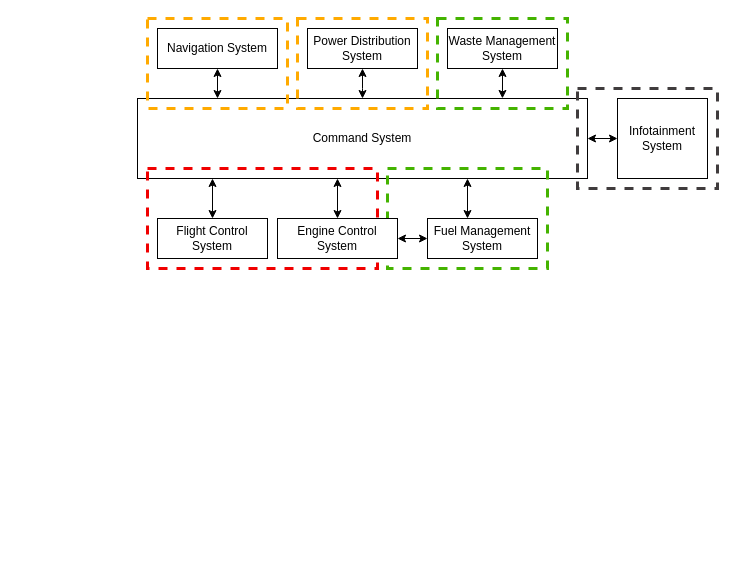
Above: src/tsn_example.drawio in Laura7089/hint-assessment1 (draw.io), before the change. Source tidied: cells renumbered, new cells numbered last; positions are measured from the earlier drawing's top-left corner, leaving out a move shared by most shapes. Both pictures are drawn from the tidied source at 100%, with x=0, y=0 at pixel (137, 18).
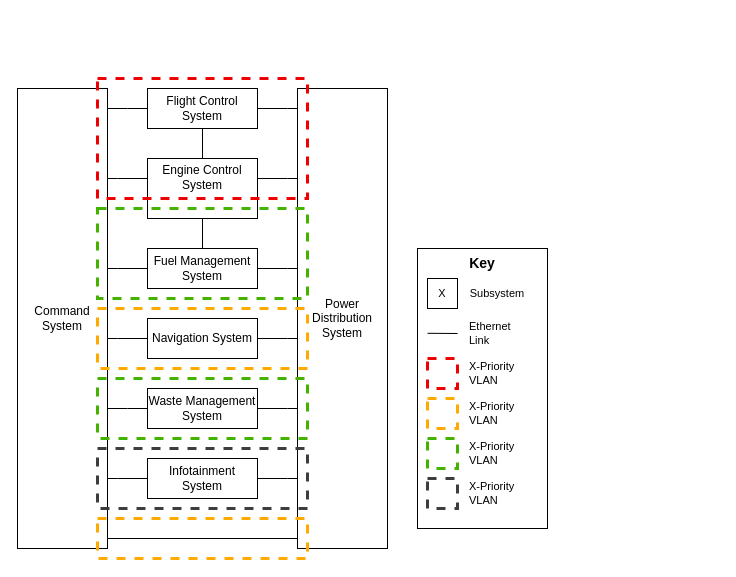
The same page after the edit.

Commit message (it also covers changes not shown here):
feat: add routing diagram and associated text

What changed in the source:
```diff
@@
-    <mxCell id="2" style="edgeStyle=orthogonalEdgeStyle;rounded=0;jettySize=auto;html=1;exitX=0.811;exitY=-0.001;exitDx=0;exitDy=0;startArrow=classic;startFill=1;exitPerimeter=0;" parent="1" edge="1" source="4" target="13">
-      <mxGeometry relative="1" as="geometry" />
-    </mxCell>
-    <mxCell id="3" style="edgeStyle=orthogonalEdgeStyle;rounded=0;jettySize=auto;html=1;startArrow=classic;startFill=1;" parent="1" edge="1" source="4" target="14">
-      <mxGeometry relative="1" as="geometry" />
-    </mxCell>
+    <mxCell id="24" style="group;" parent="1" vertex="1">
+      <mxGeometry x="10" y="140" width="110" height="60" as="geometry" />
+    </mxCell>
+    <mxCell id="10" style="rounded=0;whiteSpace=wrap;html=1;" parent="24" vertex="1">
+      <mxGeometry width="110" height="60" as="geometry" />
+    </mxCell>
+    <mxCell id="25" value="Engine Control System" style="text;strokeColor=none;align=center;fillColor=none;html=1;verticalAlign=middle;whiteSpace=wrap;rounded=0;" parent="24" vertex="1">
+      <mxGeometry x="10" y="4" width="90" height="30" as="geometry" />
+    </mxCell>
     <mxCell id="4" value="Command System" style="whiteSpace=wrap;html=1;" parent="1" vertex="1">
-      <mxGeometry y="80" width="450" height="80" as="geometry" />
+      <mxGeometry x="-120" y="70" width="90" height="460" as="geometry" />
     </mxCell>
-    <mxCell id="5" style="rounded=0;whiteSpace=wrap;html=1;fillColor=none;fontColor=#ffffff;strokeColor=#FFAA00;dashed=1;strokeWidth=3;" parent="1" vertex="1">
-      <mxGeometry x="10" width="140" height="90" as="geometry" />
-    </mxCell>
-    <mxCell id="6" style="rounded=0;whiteSpace=wrap;html=1;fillColor=none;fontColor=#ffffff;strokeColor=#FFAA00;dashed=1;strokeWidth=3;" parent="1" vertex="1">
-      <mxGeometry x="160" width="130" height="90" as="geometry" />
-    </mxCell>
-    <mxCell id="7" style="rounded=0;whiteSpace=wrap;html=1;fillColor=none;fontColor=#ffffff;strokeColor=#44B300;dashed=1;strokeWidth=3;" parent="1" vertex="1">
-      <mxGeometry x="250" y="150" width="160" height="100" as="geometry" />
-    </mxCell>
-    <mxCell id="8" style="rounded=0;whiteSpace=wrap;html=1;fillColor=none;fontColor=#ffffff;strokeColor=#F00000;dashed=1;strokeWidth=3;" parent="1" vertex="1">
-      <mxGeometry x="10" y="150" width="230" height="100" as="geometry" />
-    </mxCell>
+    <mxCell id="26" style="edgeStyle=orthogonalEdgeStyle;rounded=0;jettySize=auto;html=1;startArrow=none;startFill=0;endArrow=none;endFill=0;" parent="1" edge="1" source="9" target="10">
+      <mxGeometry relative="1" as="geometry" />
+    </mxCell>
+    <mxCell id="27" style="edgeStyle=orthogonalEdgeStyle;rounded=0;jettySize=auto;html=1;startArrow=none;startFill=0;endArrow=none;endFill=0;" parent="1" edge="1" source="9" target="4">
+      <mxGeometry relative="1" as="geometry">
+        <Array as="points">
+          <mxPoint x="-10" y="90" />
+          <mxPoint x="-10" y="90" />
+        </Array>
+      </mxGeometry>
+    </mxCell>
+    <mxCell id="28" style="edgeStyle=orthogonalEdgeStyle;rounded=0;jettySize=auto;html=1;startArrow=none;startFill=0;endArrow=none;endFill=0;" parent="1" edge="1" source="9" target="12">
+      <mxGeometry relative="1" as="geometry">
+        <Array as="points">
+          <mxPoint x="150" y="90" />
+          <mxPoint x="150" y="90" />
+        </Array>
+      </mxGeometry>
+    </mxCell>
     <mxCell id="9" value="Flight Control System" style="rounded=0;whiteSpace=wrap;html=1;" parent="1" vertex="1">
-      <mxGeometry x="20" y="200" width="110" height="40" as="geometry" />
+      <mxGeometry x="10" y="70" width="110" height="40" as="geometry" />
     </mxCell>
-    <mxCell id="10" value="Engine Control System" style="rounded=0;whiteSpace=wrap;html=1;" parent="1" vertex="1">
-      <mxGeometry x="140" y="200" width="120" height="40" as="geometry" />
-    </mxCell>
+    <mxCell id="29" style="edgeStyle=orthogonalEdgeStyle;rounded=0;jettySize=auto;html=1;startArrow=none;startFill=0;endArrow=none;endFill=0;" parent="1" edge="1" source="10">
+      <mxGeometry relative="1" as="geometry">
+        <mxPoint x="-30" y="160" as="targetPoint" />
+        <Array as="points">
+          <mxPoint x="-20" y="160" />
+          <mxPoint x="-20" y="160" />
+        </Array>
+      </mxGeometry>
+    </mxCell>
+    <mxCell id="30" style="edgeStyle=orthogonalEdgeStyle;rounded=0;jettySize=auto;html=1;startArrow=none;startFill=0;endArrow=none;endFill=0;" parent="1" edge="1" source="10">
+      <mxGeometry relative="1" as="geometry">
+        <mxPoint x="160" y="160" as="targetPoint" />
+        <Array as="points">
+          <mxPoint x="150" y="160" />
+          <mxPoint x="150" y="160" />
+        </Array>
+      </mxGeometry>
+    </mxCell>
+    <mxCell id="31" style="edgeStyle=orthogonalEdgeStyle;rounded=0;jettySize=auto;html=1;startArrow=none;startFill=0;endArrow=none;endFill=0;" parent="1" edge="1" source="11">
+      <mxGeometry relative="1" as="geometry">
+        <mxPoint x="-30" y="320" as="targetPoint" />
+        <Array as="points">
+          <mxPoint x="-20" y="320" />
+          <mxPoint x="-20" y="320" />
+        </Array>
+      </mxGeometry>
+    </mxCell>
+    <mxCell id="32" style="edgeStyle=orthogonalEdgeStyle;rounded=0;jettySize=auto;html=1;startArrow=none;startFill=0;endArrow=none;endFill=0;" parent="1" edge="1" source="11">
+      <mxGeometry relative="1" as="geometry">
+        <mxPoint x="160" y="320" as="targetPoint" />
+        <Array as="points">
+          <mxPoint x="150" y="320" />
+          <mxPoint x="150" y="320" />
+        </Array>
+      </mxGeometry>
+    </mxCell>
     <mxCell id="11" value="Navigation System" style="rounded=0;whiteSpace=wrap;html=1;" parent="1" vertex="1">
-      <mxGeometry x="20" y="10" width="120" height="40" as="geometry" />
+      <mxGeometry x="10" y="300" width="110" height="40" as="geometry" />
     </mxCell>
     <mxCell id="12" value="Power Distribution System" style="rounded=0;whiteSpace=wrap;html=1;" parent="1" vertex="1">
-      <mxGeometry x="170" y="10" width="110" height="40" as="geometry" />
+      <mxGeometry x="160" y="70" width="90" height="460" as="geometry" />
     </mxCell>
+    <mxCell id="33" style="edgeStyle=orthogonalEdgeStyle;rounded=0;jettySize=auto;html=1;startArrow=none;startFill=0;endArrow=none;endFill=0;" parent="1" edge="1" source="13" target="4">
+      <mxGeometry relative="1" as="geometry">
+        <Array as="points">
+          <mxPoint x="-10" y="390" />
+          <mxPoint x="-10" y="390" />
+        </Array>
+      </mxGeometry>
+    </mxCell>
+    <mxCell id="34" style="edgeStyle=orthogonalEdgeStyle;rounded=0;jettySize=auto;html=1;startArrow=none;startFill=0;endArrow=none;endFill=0;" parent="1" edge="1" source="13" target="12">
+      <mxGeometry relative="1" as="geometry">
+        <Array as="points">
+          <mxPoint x="150" y="390" />
+          <mxPoint x="150" y="390" />
+        </Array>
+      </mxGeometry>
+    </mxCell>
     <mxCell id="13" value="Waste Management System" style="rounded=0;whiteSpace=wrap;html=1;" parent="1" vertex="1">
-      <mxGeometry x="310" y="10" width="110" height="40" as="geometry" />
+      <mxGeometry x="10" y="370" width="110" height="40" as="geometry" />
     </mxCell>
+    <mxCell id="35" style="edgeStyle=orthogonalEdgeStyle;rounded=0;jettySize=auto;html=1;startArrow=none;startFill=0;endArrow=none;endFill=0;" parent="1" edge="1" source="14" target="4">
+      <mxGeometry relative="1" as="geometry">
+        <Array as="points">
+          <mxPoint x="-20" y="460" />
+          <mxPoint x="-20" y="460" />
+        </Array>
+      </mxGeometry>
+    </mxCell>
+    <mxCell id="36" style="edgeStyle=orthogonalEdgeStyle;rounded=0;jettySize=auto;html=1;startArrow=none;startFill=0;endArrow=none;endFill=0;" parent="1" edge="1" source="14" target="12">
+      <mxGeometry relative="1" as="geometry">
+        <Array as="points">
+          <mxPoint x="150" y="460" />
+          <mxPoint x="150" y="460" />
+        </Array>
+      </mxGeometry>
+    </mxCell>
     <mxCell id="14" value="Infotainment System" style="rounded=0;whiteSpace=wrap;html=1;" parent="1" vertex="1">
-      <mxGeometry x="480" y="80" width="90" height="80" as="geometry" />
+      <mxGeometry x="10" y="440" width="110" height="40" as="geometry" />
     </mxCell>
+    <mxCell id="37" style="edgeStyle=orthogonalEdgeStyle;rounded=0;jettySize=auto;html=1;startArrow=none;startFill=0;endArrow=none;endFill=0;" parent="1" edge="1" source="15">
+      <mxGeometry relative="1" as="geometry">
+        <mxPoint x="160" y="250" as="targetPoint" />
+        <Array as="points">
+          <mxPoint x="150" y="250" />
+          <mxPoint x="150" y="250" />
+        </Array>
+      </mxGeometry>
+    </mxCell>
+    <mxCell id="38" style="edgeStyle=orthogonalEdgeStyle;rounded=0;jettySize=auto;html=1;startArrow=none;startFill=0;endArrow=none;endFill=0;" parent="1" edge="1" source="15">
+      <mxGeometry relative="1" as="geometry">
+        <mxPoint x="-30" y="250" as="targetPoint" />
+        <Array as="points">
+          <mxPoint x="-20" y="250" />
+          <mxPoint x="-20" y="250" />
+        </Array>
+      </mxGeometry>
+    </mxCell>
+    <mxCell id="39" style="edgeStyle=orthogonalEdgeStyle;rounded=0;jettySize=auto;html=1;startArrow=none;startFill=0;endArrow=none;endFill=0;" parent="1" edge="1" source="15" target="10">
+      <mxGeometry relative="1" as="geometry" />
+    </mxCell>
     <mxCell id="15" value="Fuel Management System" style="rounded=0;whiteSpace=wrap;html=1;" parent="1" vertex="1">
-      <mxGeometry x="290" y="200" width="110" height="40" as="geometry" />
+      <mxGeometry x="10" y="230" width="110" height="40" as="geometry" />
     </mxCell>
-    <mxCell id="16" style="edgeStyle=orthogonalEdgeStyle;rounded=0;jettySize=auto;html=1;entryX=0.5;entryY=0;entryDx=0;entryDy=0;startArrow=classic;startFill=1;" parent="1" edge="1" target="9">
-      <mxGeometry relative="1" as="geometry">
-        <mxPoint x="75" y="160" as="sourcePoint" />
-        <Array as="points">
-          <mxPoint x="75" y="160" />
-        </Array>
-      </mxGeometry>
-    </mxCell>
-    <mxCell id="17" style="edgeStyle=orthogonalEdgeStyle;rounded=0;orthogonalLoop=1;jettySize=auto;html=1;startArrow=classic;startFill=1;" parent="1" edge="1">
-      <mxGeometry relative="1" as="geometry">
-        <mxPoint x="200" y="160" as="sourcePoint" />
-        <mxPoint x="200" y="200" as="targetPoint" />
-        <Array as="points">
-          <mxPoint x="200" y="160" />
-        </Array>
-      </mxGeometry>
-    </mxCell>
-    <mxCell id="18" style="edgeStyle=orthogonalEdgeStyle;rounded=0;jettySize=auto;html=1;startArrow=classic;startFill=1;" parent="1" edge="1" target="15">
-      <mxGeometry relative="1" as="geometry">
-        <mxPoint x="330" y="160" as="sourcePoint" />
-        <Array as="points">
-          <mxPoint x="330" y="160" />
-        </Array>
-      </mxGeometry>
-    </mxCell>
-    <mxCell id="19" style="endArrow=classic;startArrow=classic;html=1;rounded=0;entryX=0;entryY=0.5;entryDx=0;entryDy=0;exitX=1;exitY=0.5;exitDx=0;exitDy=0;" parent="1" edge="1" source="10" target="15">
-      <mxGeometry relative="1" as="geometry" />
-    </mxCell>
-    <mxCell id="20" style="edgeStyle=orthogonalEdgeStyle;rounded=0;jettySize=auto;html=1;entryX=0.5;entryY=1;entryDx=0;entryDy=0;startArrow=classic;startFill=1;" parent="1" edge="1" target="11">
-      <mxGeometry relative="1" as="geometry">
-        <mxPoint x="80" y="80" as="sourcePoint" />
-        <Array as="points">
-          <mxPoint x="80" y="80" />
-        </Array>
-      </mxGeometry>
-    </mxCell>
-    <mxCell id="21" style="edgeStyle=orthogonalEdgeStyle;rounded=0;jettySize=auto;html=1;startArrow=classic;startFill=1;" parent="1" edge="1" source="4" target="12">
-      <mxGeometry relative="1" as="geometry">
-        <Array as="points">
-          <mxPoint x="225" y="70" />
-          <mxPoint x="225" y="70" />
-        </Array>
-      </mxGeometry>
-    </mxCell>
     <mxCell id="22" style="rounded=0;whiteSpace=wrap;html=1;fillColor=none;fontColor=#ffffff;strokeColor=#44B300;dashed=1;strokeWidth=3;" parent="1" vertex="1">
-      <mxGeometry x="300" width="130" height="90" as="geometry" />
+      <mxGeometry x="-40" y="190" width="210" height="90" as="geometry" />
     </mxCell>
     <mxCell id="23" style="rounded=0;whiteSpace=wrap;html=1;fillColor=none;fontColor=#ffffff;strokeColor=#403C3D;dashed=1;strokeWidth=3;" parent="1" vertex="1">
-      <mxGeometry x="440" y="70" width="140" height="100" as="geometry" />
+      <mxGeometry x="-40" y="430" width="210" height="60" as="geometry" />
     </mxCell>
+    <mxCell id="8" style="rounded=0;whiteSpace=wrap;html=1;fillColor=none;fontColor=#ffffff;strokeColor=#F00000;dashed=1;strokeWidth=3;" parent="1" vertex="1">
+      <mxGeometry x="-40" y="60" width="210" height="120" as="geometry" />
+    </mxCell>
+    <mxCell id="5" style="rounded=0;whiteSpace=wrap;html=1;fillColor=none;fontColor=#ffffff;strokeColor=#FFAA00;dashed=1;strokeWidth=3;" parent="1" vertex="1">
+      <mxGeometry x="-40" y="290" width="210" height="60" as="geometry" />
+    </mxCell>
+    <mxCell id="7" style="rounded=0;whiteSpace=wrap;html=1;fillColor=none;fontColor=#ffffff;strokeColor=#44B300;dashed=1;strokeWidth=3;" parent="1" vertex="1">
+      <mxGeometry x="-40" y="360" width="210" height="60" as="geometry" />
+    </mxCell>
+    <mxCell id="40" style="endArrow=none;startArrow=none;html=1;rounded=0;startFill=0;endFill=0;" parent="1" edge="1">
+      <mxGeometry relative="1" as="geometry">
+        <mxPoint x="-30" y="520" as="sourcePoint" />
+        <mxPoint x="160" y="520" as="targetPoint" />
+      </mxGeometry>
+    </mxCell>
+    <mxCell id="6" style="rounded=0;whiteSpace=wrap;html=1;fillColor=none;fontColor=#ffffff;strokeColor=#FFAA00;dashed=1;strokeWidth=3;" parent="1" vertex="1">
+      <mxGeometry x="-40" y="500" width="210" height="40" as="geometry" />
+    </mxCell>
+    <mxCell id="41" style="group;" parent="1" vertex="1">
+      <mxGeometry x="280" y="230" width="130" height="280" as="geometry" />
+    </mxCell>
+    <mxCell id="42" style="whiteSpace=wrap;html=1;fontFamily=Helvetica;fontSize=11;fontColor=default;" parent="41" vertex="1">
+      <mxGeometry width="130" height="280" as="geometry" />
+    </mxCell>
+    <mxCell id="43" value="&lt;b&gt;&lt;font style=&quot;font-size: 14px;&quot;&gt;Key&lt;/font&gt;&lt;/b&gt;" style="text;strokeColor=none;align=center;fillColor=none;html=1;verticalAlign=middle;whiteSpace=wrap;rounded=0;fontSize=11;fontFamily=Helvetica;fontColor=default;" parent="41" vertex="1">
+      <mxGeometry x="35" width="60" height="30" as="geometry" />
+    </mxCell>
+    <mxCell id="44" style="group;" parent="41" vertex="1">
+      <mxGeometry x="10" y="30" width="100" height="30" as="geometry" />
+    </mxCell>
+    <mxCell id="45" value="X" style="whiteSpace=wrap;html=1;fontFamily=Helvetica;fontSize=11;fontColor=default;" parent="44" vertex="1">
+      <mxGeometry width="30" height="30" as="geometry" />
+    </mxCell>
+    <mxCell id="46" value="Subsystem" style="text;strokeColor=none;align=center;fillColor=none;html=1;verticalAlign=middle;whiteSpace=wrap;rounded=0;fontSize=11;fontFamily=Helvetica;fontColor=default;" parent="44" vertex="1">
+      <mxGeometry x="40" width="60" height="30" as="geometry" />
+    </mxCell>
+    <mxCell id="47" style="group;" parent="41" vertex="1">
+      <mxGeometry x="10" y="70" width="100" height="30" as="geometry" />
+    </mxCell>
+    <mxCell id="48" style="group;" parent="47" vertex="1">
+      <mxGeometry width="100" height="30" as="geometry" />
+    </mxCell>
+    <mxCell id="49" value="Ethernet Link" style="text;strokeColor=none;align=left;fillColor=none;html=1;verticalAlign=middle;whiteSpace=wrap;rounded=0;fontSize=11;fontFamily=Helvetica;fontColor=default;" parent="48" vertex="1">
+      <mxGeometry x="40" width="60" height="30" as="geometry" />
+    </mxCell>
+    <mxCell id="50" style="endArrow=none;startArrow=none;html=1;rounded=0;startFill=0;endFill=0;" parent="47" edge="1">
+      <mxGeometry relative="1" as="geometry">
+        <mxPoint y="14.8" as="sourcePoint" />
+        <mxPoint x="30" y="15" as="targetPoint" />
+      </mxGeometry>
+    </mxCell>
+    <mxCell id="51" style="rounded=0;whiteSpace=wrap;html=1;fillColor=none;fontColor=#ffffff;strokeColor=#44B300;dashed=1;strokeWidth=3;" parent="41" vertex="1">
+      <mxGeometry x="10" y="190" width="30" height="30" as="geometry" />
+    </mxCell>
+    <mxCell id="52" style="rounded=0;whiteSpace=wrap;html=1;fillColor=none;fontColor=#ffffff;strokeColor=#FFAA00;dashed=1;strokeWidth=3;" parent="41" vertex="1">
+      <mxGeometry x="10" y="150" width="30" height="30" as="geometry" />
+    </mxCell>
+    <mxCell id="53" style="rounded=0;whiteSpace=wrap;html=1;fillColor=none;fontColor=#ffffff;strokeColor=#F00000;dashed=1;strokeWidth=3;" parent="41" vertex="1">
+      <mxGeometry x="10" y="110" width="30" height="30" as="geometry" />
+    </mxCell>
+    <mxCell id="54" style="rounded=0;whiteSpace=wrap;html=1;fillColor=none;fontColor=#ffffff;strokeColor=#403C3D;dashed=1;strokeWidth=3;" parent="41" vertex="1">
+      <mxGeometry x="10" y="230" width="30" height="30" as="geometry" />
+    </mxCell>
+    <mxCell id="55" value="X-Priority VLAN" style="text;strokeColor=none;align=left;fillColor=none;html=1;verticalAlign=middle;whiteSpace=wrap;rounded=0;fontSize=11;fontFamily=Helvetica;fontColor=default;" parent="41" vertex="1">
+      <mxGeometry x="50" y="110" width="60" height="30" as="geometry" />
+    </mxCell>
+    <mxCell id="56" value="X-Priority VLAN" style="text;strokeColor=none;align=left;fillColor=none;html=1;verticalAlign=middle;whiteSpace=wrap;rounded=0;fontSize=11;fontFamily=Helvetica;fontColor=default;" parent="41" vertex="1">
+      <mxGeometry x="50" y="150" width="60" height="30" as="geometry" />
+    </mxCell>
+    <mxCell id="57" value="X-Priority VLAN" style="text;strokeColor=none;align=left;fillColor=none;html=1;verticalAlign=middle;whiteSpace=wrap;rounded=0;fontSize=11;fontFamily=Helvetica;fontColor=default;" parent="41" vertex="1">
+      <mxGeometry x="50" y="190" width="60" height="30" as="geometry" />
+    </mxCell>
+    <mxCell id="58" value="X-Priority VLAN" style="text;strokeColor=none;align=left;fillColor=none;html=1;verticalAlign=middle;whiteSpace=wrap;rounded=0;fontSize=11;fontFamily=Helvetica;fontColor=default;" parent="41" vertex="1">
+      <mxGeometry x="50" y="230" width="60" height="30" as="geometry" />
+    </mxCell>
```
